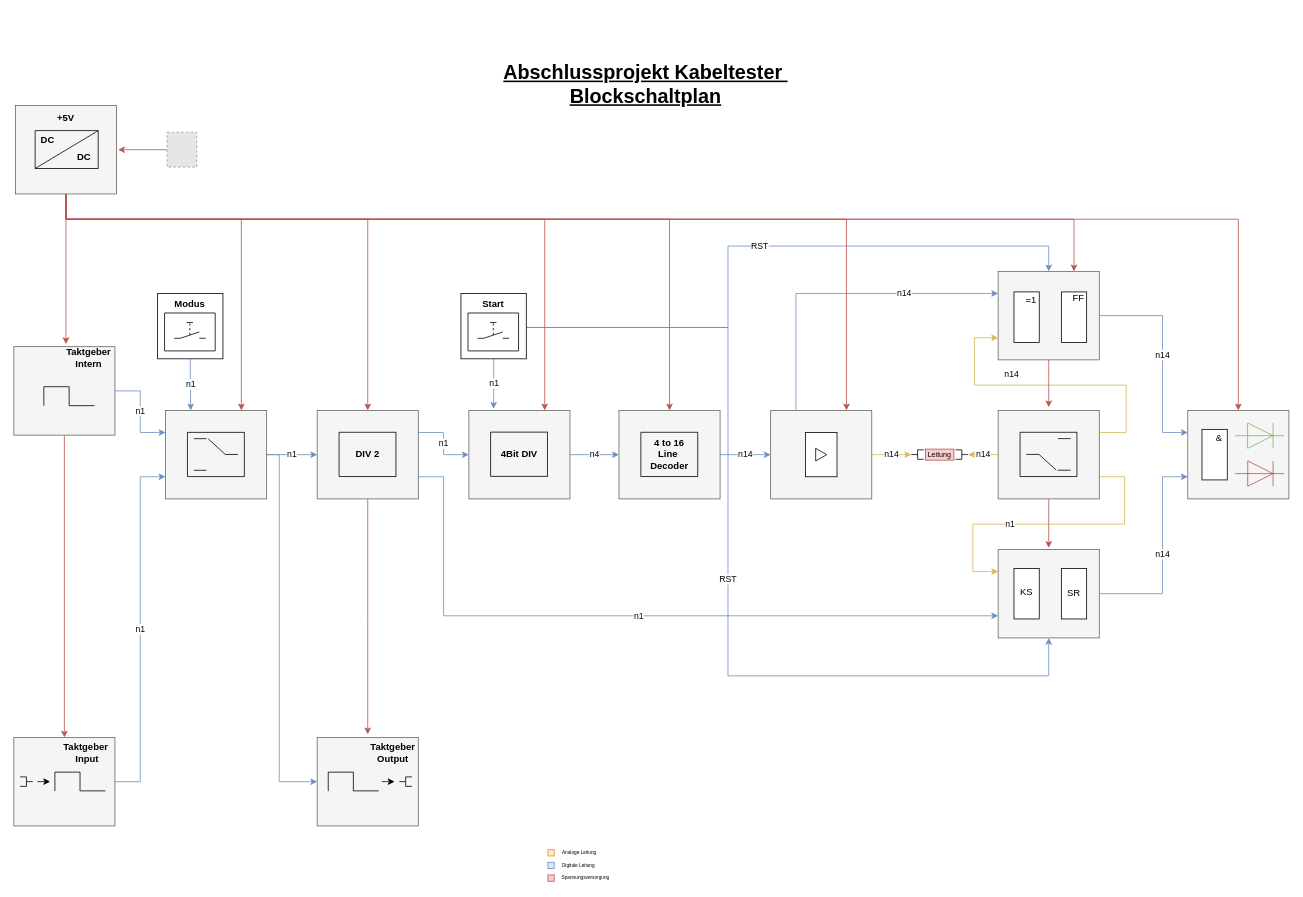
Oszimilian/Kabeltester keeps this draw.io diagram as 01_Blockschaltbild/BA_Blockschaltbild.drawio. Above is the earlier version. Source tidied: cells renumbered, new cells numbered last; positions are measured from the earlier drawing's top-left corner, leaving out a move shared by most shapes. Both pictures are drawn from the tidied source at 79%, with x=0, y=0 at pixel (13, 13). Pictures stored in the file or linked from it are replaced by grey dashed boxes.
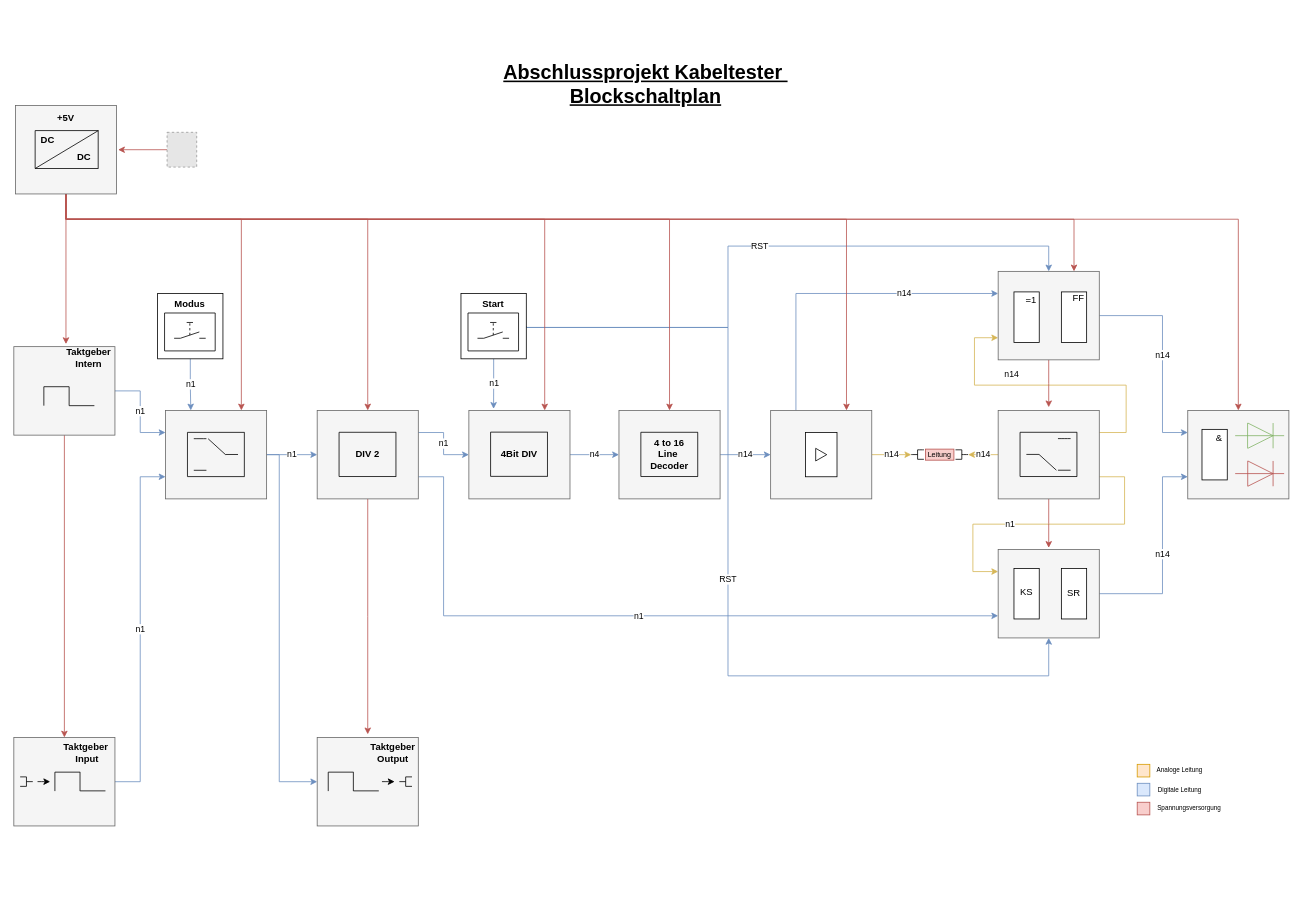
The same page after the edit.

The edit, as a diff of the source:
```diff
@@
     <mxCell id="9" style="rounded=0;whiteSpace=wrap;html=1;fillColor=#ffe6cc;strokeColor=#d79b00;" parent="1" vertex="1">
-      <mxGeometry x="676" y="1058" width="8" height="8" as="geometry" />
+      <mxGeometry x="1422" y="950" width="16" height="16" as="geometry" />
     </mxCell>
-    <mxCell id="10" value="&lt;font style=&quot;font-size: 6px&quot;&gt;Analoge Leitung&lt;/font&gt;" style="text;html=1;strokeColor=none;fillColor=none;align=center;verticalAlign=middle;whiteSpace=wrap;rounded=0;" parent="1" vertex="1">
-      <mxGeometry x="686" y="1050" width="60" height="20" as="geometry" />
+    <mxCell id="10" value="&lt;font style=&quot;font-size: 8px&quot;&gt;Analoge Leitung&lt;/font&gt;" style="text;html=1;strokeColor=none;fillColor=none;align=center;verticalAlign=middle;whiteSpace=wrap;rounded=0;" parent="1" vertex="1">
+      <mxGeometry x="1438" y="946" width="76" height="20" as="geometry" />
     </mxCell>
     <mxCell id="11" style="rounded=0;whiteSpace=wrap;html=1;fillColor=#dae8fc;strokeColor=#6c8ebf;" parent="1" vertex="1">
-      <mxGeometry x="676" y="1074" width="8" height="8" as="geometry" />
+      <mxGeometry x="1422" y="974" width="16" height="16" as="geometry" />
     </mxCell>
-    <mxCell id="12" value="&lt;font style=&quot;font-size: 6px&quot;&gt;Digitale Leitung&lt;/font&gt;" style="text;html=1;strokeColor=none;fillColor=none;align=center;verticalAlign=middle;whiteSpace=wrap;rounded=0;" parent="1" vertex="1">
-      <mxGeometry x="684" y="1072" width="62" height="10" as="geometry" />
+    <mxCell id="12" value="&lt;font style=&quot;font-size: 8px&quot;&gt;Digitale Leitung&lt;/font&gt;" style="text;html=1;strokeColor=none;fillColor=none;align=center;verticalAlign=middle;whiteSpace=wrap;rounded=0;" parent="1" vertex="1">
+      <mxGeometry x="1445" y="976" width="62" height="10" as="geometry" />
     </mxCell>
     <mxCell id="13" style="rounded=0;whiteSpace=wrap;html=1;fillColor=#f8cecc;strokeColor=#b85450;" parent="1" vertex="1">
-      <mxGeometry x="676" y="1090" width="8" height="8" as="geometry" />
+      <mxGeometry x="1422" y="998" width="16" height="16" as="geometry" />
     </mxCell>
-    <mxCell id="14" value="&lt;font style=&quot;font-size: 6px&quot;&gt;Spannungsversorgung&lt;/font&gt;" style="text;html=1;strokeColor=none;fillColor=none;align=center;verticalAlign=middle;whiteSpace=wrap;rounded=0;" parent="1" vertex="1">
-      <mxGeometry x="704" y="1082" width="40" height="20" as="geometry" />
+    <mxCell id="14" value="&lt;font style=&quot;font-size: 8px&quot;&gt;Spannungsversorgung&lt;/font&gt;" style="text;html=1;strokeColor=none;fillColor=none;align=center;verticalAlign=middle;whiteSpace=wrap;rounded=0;" parent="1" vertex="1">
+      <mxGeometry x="1468" y="994" width="40" height="20" as="geometry" />
     </mxCell>
```
